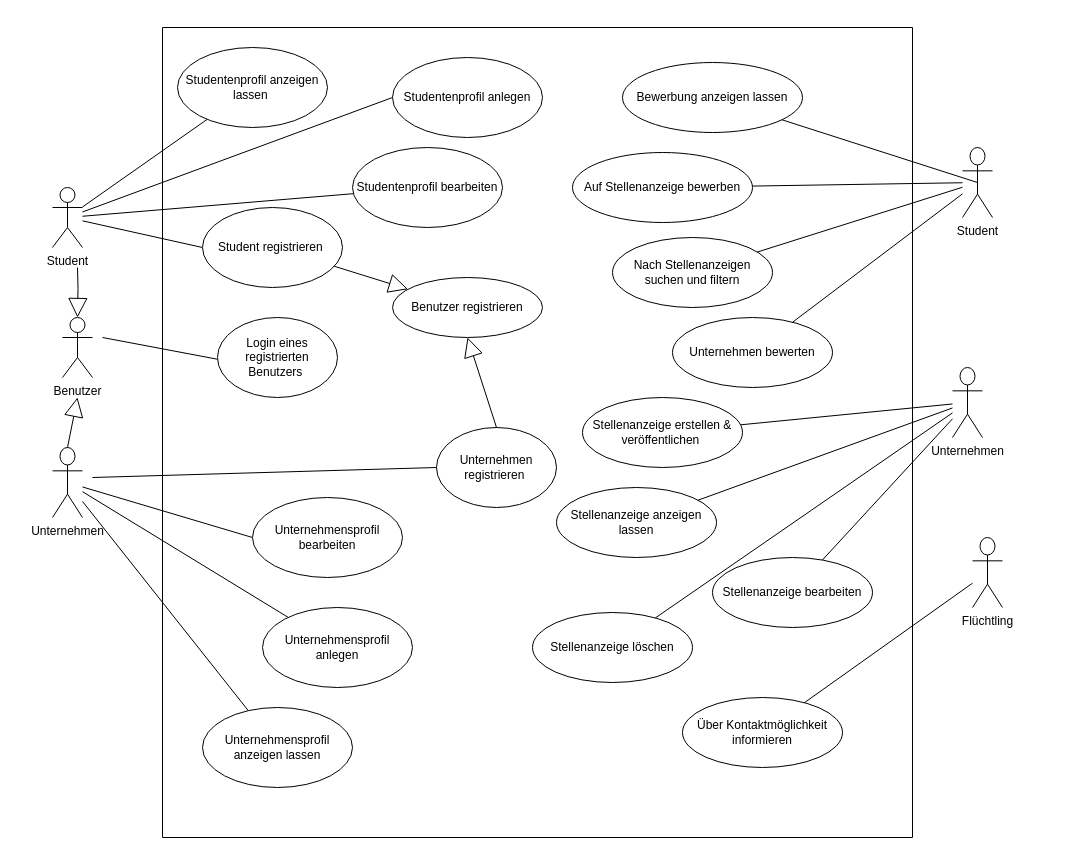
Before: doc/diagram/Usecase.drawio in KlaraGolubovic/SE02, a draw.io diagram. Source tidied: cells renumbered, new cells numbered last; positions are measured from the earlier drawing's top-left corner, leaving out a move shared by most shapes. Both pictures are drawn from the tidied source at 100%, with x=0, y=0 at pixel (52, 27).
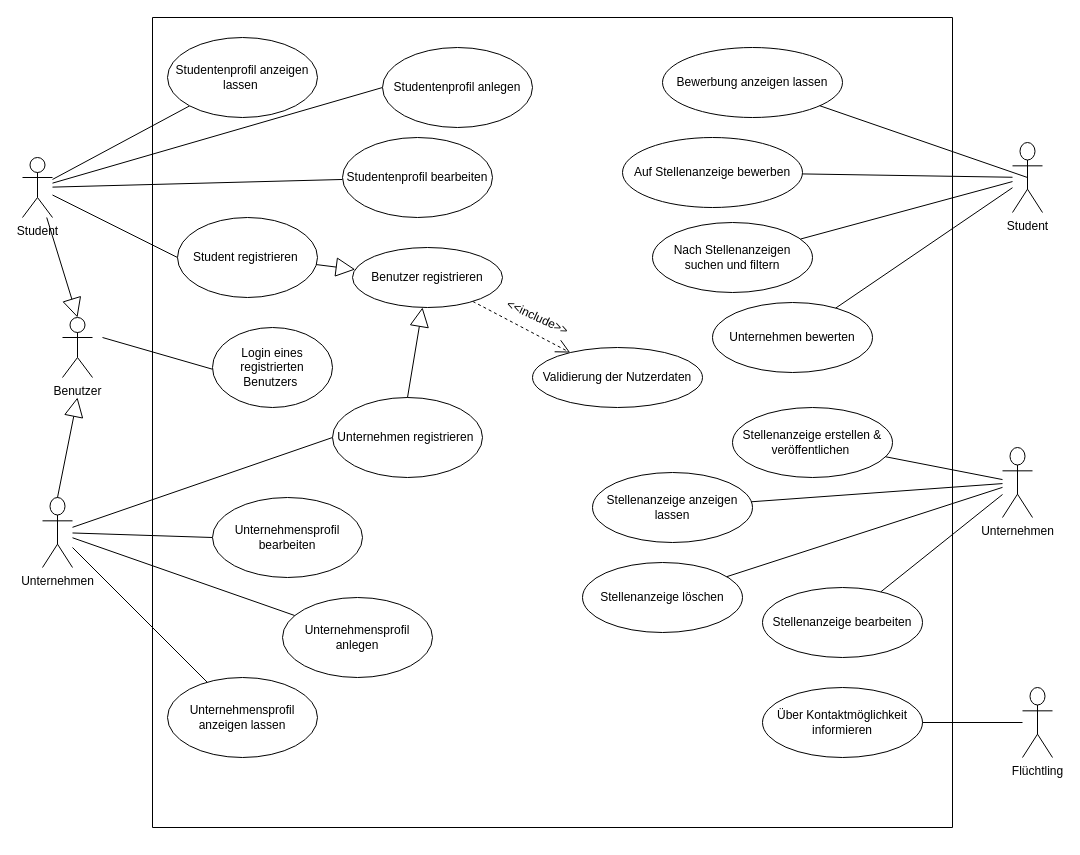
After the change.

Unchanged cells that the change refers to:
```xml
<mxCell id="7" value="Benutzer" style="shape=umlActor;verticalLabelPosition=bottom;verticalAlign=top;html=1;outlineConnect=0;" parent="1" vertex="1">
  <mxGeometry x="10" y="290" width="30" height="60" as="geometry" />
</mxCell>
```

The edit, as a diff of the source:
```diff
@@
-    <mxCell id="2" style="edgeStyle=orthogonalEdgeStyle;rounded=0;jettySize=auto;html=1;endArrow=block;endFill=0;endSize=17;entryX=0.5;entryY=0;entryDx=0;entryDy=0;entryPerimeter=0;" parent="1" edge="1" target="7">
-      <mxGeometry relative="1" as="geometry">
-        <mxPoint x="25" y="240" as="sourcePoint" />
-      </mxGeometry>
+    <mxCell id="2" style="rounded=0;jettySize=auto;html=1;endArrow=block;endFill=0;endSize=17;entryX=0.5;entryY=0;entryDx=0;entryDy=0;entryPerimeter=0;" parent="1" edge="1" source="6" target="7">
+      <mxGeometry relative="1" as="geometry" />
     </mxCell>
@@
     <mxCell id="6" value="Student" style="shape=umlActor;verticalLabelPosition=bottom;verticalAlign=top;html=1;outlineConnect=0;" parent="1" vertex="1">
-      <mxGeometry y="160" width="30" height="60" as="geometry" />
+      <mxGeometry x="-30" y="130" width="30" height="60" as="geometry" />
     </mxCell>
@@
     <mxCell id="11" value="Unternehmen" style="shape=umlActor;verticalLabelPosition=bottom;verticalAlign=top;html=1;outlineConnect=0;" parent="1" vertex="1">
-      <mxGeometry y="420" width="30" height="70" as="geometry" />
+      <mxGeometry x="-10" y="470" width="30" height="70" as="geometry" />
     </mxCell>
@@
-    <mxCell id="13" style="endArrow=none;html=1;rounded=0;entryX=0;entryY=0.5;entryDx=0;entryDy=0;" parent="1" edge="1" target="17">
-      <mxGeometry relative="1" as="geometry">
-        <mxPoint x="40" y="450" as="sourcePoint" />
-      </mxGeometry>
+    <mxCell id="13" style="endArrow=none;html=1;rounded=0;entryX=0;entryY=0.5;entryDx=0;entryDy=0;" parent="1" edge="1" source="11" target="17">
+      <mxGeometry relative="1" as="geometry" />
     </mxCell>
@@
     <mxCell id="16" style="swimlane;startSize=0;" parent="1" vertex="1">
-      <mxGeometry x="110" width="750" height="810" as="geometry" />
+      <mxGeometry x="100" y="-10" width="800" height="810" as="geometry" />
     </mxCell>
     <mxCell id="17" value="Unternehmen registrieren&amp;nbsp;" style="ellipse;whiteSpace=wrap;html=1;" parent="16" vertex="1">
-      <mxGeometry x="274" y="400" width="120" height="80" as="geometry" />
+      <mxGeometry x="180" y="380" width="150" height="80" as="geometry" />
     </mxCell>
     <mxCell id="18" value="Student registrieren&amp;nbsp;" style="ellipse;whiteSpace=wrap;html=1;" parent="16" vertex="1">
-      <mxGeometry x="40" y="180" width="140" height="80" as="geometry" />
+      <mxGeometry x="25" y="200" width="140" height="80" as="geometry" />
     </mxCell>
+    <mxCell id="50" style="rounded=0;jettySize=auto;html=1;dashed=1;endArrow=open;endFill=0;endSize=12;" parent="16" edge="1" source="19" target="51">
+      <mxGeometry relative="1" as="geometry" />
+    </mxCell>
     <mxCell id="19" value="Benutzer registrieren" style="ellipse;whiteSpace=wrap;html=1;" parent="16" vertex="1">
-      <mxGeometry x="230" y="250" width="150" height="60" as="geometry" />
+      <mxGeometry x="200" y="230" width="150" height="60" as="geometry" />
     </mxCell>
@@
-    <mxCell id="21" style="endArrow=block;html=1;rounded=0;exitX=0.5;exitY=0;exitDx=0;exitDy=0;entryX=0.5;entryY=1;entryDx=0;entryDy=0;endFill=0;endSize=17;" parent="16" edge="1" source="17" target="19">
+    <mxCell id="21" style="endArrow=block;html=1;rounded=0;exitX=0.5;exitY=0;exitDx=0;exitDy=0;endFill=0;endSize=17;" parent="16" edge="1" source="17" target="19">
       <mxGeometry relative="1" as="geometry" />
     </mxCell>
     <mxCell id="22" value="Login eines registrierten Benutzers&amp;nbsp;" style="ellipse;whiteSpace=wrap;html=1;" parent="16" vertex="1">
-      <mxGeometry x="55" y="290" width="120" height="80" as="geometry" />
+      <mxGeometry x="60" y="310" width="120" height="80" as="geometry" />
     </mxCell>
@@
     <mxCell id="24" value="Unternehmensprofil anlegen" style="ellipse;whiteSpace=wrap;html=1;" parent="16" vertex="1">
-      <mxGeometry x="100" y="580" width="150" height="80" as="geometry" />
+      <mxGeometry x="130" y="580" width="150" height="80" as="geometry" />
     </mxCell>
     <mxCell id="25" value="Unternehmensprofil anzeigen lassen" style="ellipse;whiteSpace=wrap;html=1;" parent="16" vertex="1">
-      <mxGeometry x="40" y="680" width="150" height="80" as="geometry" />
+      <mxGeometry x="15" y="660" width="150" height="80" as="geometry" />
     </mxCell>
     <mxCell id="26" value="Unternehmensprofil bearbeiten" style="ellipse;whiteSpace=wrap;html=1;" parent="16" vertex="1">
-      <mxGeometry x="90" y="470" width="150" height="80" as="geometry" />
+      <mxGeometry x="60" y="480" width="150" height="80" as="geometry" />
     </mxCell>
@@
     <mxCell id="29" value="Stellenanzeige erstellen &amp;amp; veröffentlichen&amp;nbsp;" style="ellipse;whiteSpace=wrap;html=1;" parent="16" vertex="1">
-      <mxGeometry x="420" y="370" width="160" height="70" as="geometry" />
+      <mxGeometry x="580" y="390" width="160" height="70" as="geometry" />
     </mxCell>
     <mxCell id="30" value="Nach Stellenanzeigen suchen und filtern" style="ellipse;whiteSpace=wrap;html=1;" parent="16" vertex="1">
-      <mxGeometry x="450" y="210" width="160" height="70" as="geometry" />
+      <mxGeometry x="500" y="205" width="160" height="70" as="geometry" />
     </mxCell>
     <mxCell id="31" value="Auf Stellenanzeige bewerben" style="ellipse;whiteSpace=wrap;html=1;" parent="16" vertex="1">
-      <mxGeometry x="410" y="125" width="180" height="70" as="geometry" />
+      <mxGeometry x="470" y="120" width="180" height="70" as="geometry" />
     </mxCell>
     <mxCell id="32" value="Über Kontaktmöglichkeit informieren" style="ellipse;whiteSpace=wrap;html=1;" parent="16" vertex="1">
-      <mxGeometry x="520" y="670" width="160" height="70" as="geometry" />
+      <mxGeometry x="610" y="670" width="160" height="70" as="geometry" />
     </mxCell>
     <mxCell id="33" value="Stellenanzeige anzeigen lassen" style="ellipse;whiteSpace=wrap;html=1;" parent="16" vertex="1">
-      <mxGeometry x="394" y="460" width="160" height="70" as="geometry" />
+      <mxGeometry x="440" y="455" width="160" height="70" as="geometry" />
     </mxCell>
     <mxCell id="34" value="Stellenanzeige bearbeiten" style="ellipse;whiteSpace=wrap;html=1;" parent="16" vertex="1">
-      <mxGeometry x="550" y="530" width="160" height="70" as="geometry" />
+      <mxGeometry x="610" y="570" width="160" height="70" as="geometry" />
     </mxCell>
     <mxCell id="35" value="Stellenanzeige löschen" style="ellipse;whiteSpace=wrap;html=1;" parent="16" vertex="1">
-      <mxGeometry x="370" y="585" width="160" height="70" as="geometry" />
+      <mxGeometry x="430" y="545" width="160" height="70" as="geometry" />
     </mxCell>
     <mxCell id="36" value="Bewerbung anzeigen lassen" style="ellipse;whiteSpace=wrap;html=1;" parent="16" vertex="1">
-      <mxGeometry x="460" y="35" width="180" height="70" as="geometry" />
+      <mxGeometry x="510" y="30" width="180" height="70" as="geometry" />
     </mxCell>
     <mxCell id="37" value="Unternehmen bewerten" style="ellipse;whiteSpace=wrap;html=1;" parent="16" vertex="1">
-      <mxGeometry x="510" y="290" width="160" height="70" as="geometry" />
+      <mxGeometry x="560" y="285" width="160" height="70" as="geometry" />
     </mxCell>
+    <mxCell id="51" value="Validierung der Nutzerdaten" style="ellipse;whiteSpace=wrap;html=1;" parent="16" vertex="1">
+      <mxGeometry x="380" y="330" width="170" height="60" as="geometry" />
+    </mxCell>
+    <mxCell id="52" value="&amp;lt;&amp;lt;include&amp;gt;&amp;gt;" style="text;html=1;align=center;verticalAlign=middle;strokeColor=none;fillColor=none;rotation=25;" parent="16" vertex="1">
+      <mxGeometry x="340" y="285" width="90" height="30" as="geometry" />
+    </mxCell>
@@
     <mxCell id="42" value="Unternehmen" style="shape=umlActor;verticalLabelPosition=bottom;verticalAlign=top;html=1;outlineConnect=0;" parent="1" vertex="1">
-      <mxGeometry x="900" y="340" width="30" height="70" as="geometry" />
+      <mxGeometry x="950" y="420" width="30" height="70" as="geometry" />
     </mxCell>
@@
     <mxCell id="46" value="Student" style="shape=umlActor;verticalLabelPosition=bottom;verticalAlign=top;html=1;outlineConnect=0;" parent="1" vertex="1">
-      <mxGeometry x="910" y="120" width="30" height="70" as="geometry" />
+      <mxGeometry x="960" y="115" width="30" height="70" as="geometry" />
     </mxCell>
@@
     <mxCell id="48" value="Flüchtling" style="shape=umlActor;verticalLabelPosition=bottom;verticalAlign=top;html=1;outlineConnect=0;" parent="1" vertex="1">
-      <mxGeometry x="920" y="510" width="30" height="70" as="geometry" />
+      <mxGeometry x="970" y="660" width="30" height="70" as="geometry" />
     </mxCell>
```
